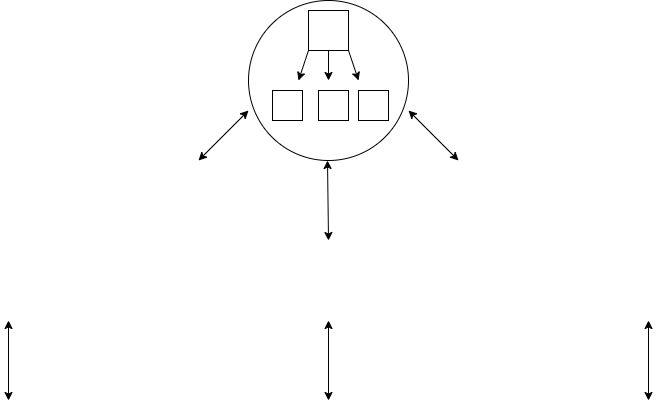
Earlier version of the draw.io export firts_diagram.drawio.png (Gael91/nodejs-mysql-crud). Source tidied: cells renumbered, new cells last; positions are measured from the earlier drawing's top-left corner, leaving out a move shared by most shapes.
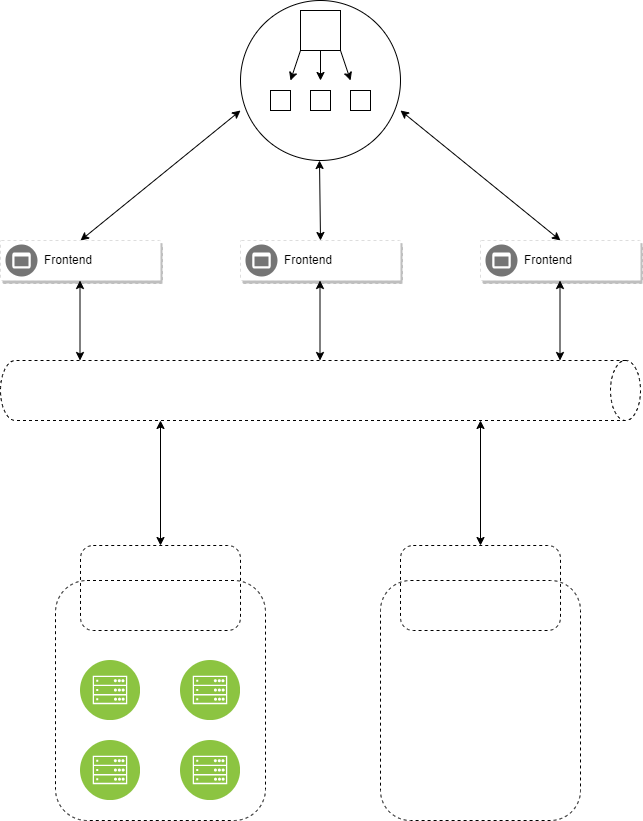
Above is the later version.

Commit message:
Mettre à jour firts_diagram.drawio.png

Diff of the diagram source:
```diff
@@ -29,49 +29,108 @@
       </mxGeometry>
     </mxCell>
     <mxCell id="8" style="whiteSpace=wrap;html=1;labelBackgroundColor=none;" parent="1" vertex="1">
-      <mxGeometry x="264" y="90" width="30" height="30" as="geometry" />
+      <mxGeometry x="270" y="90" width="20" height="20" as="geometry" />
     </mxCell>
     <mxCell id="9" style="whiteSpace=wrap;html=1;labelBackgroundColor=none;" parent="1" vertex="1">
-      <mxGeometry x="310" y="90" width="30" height="30" as="geometry" />
+      <mxGeometry x="310" y="90" width="20" height="20" as="geometry" />
     </mxCell>
     <mxCell id="10" style="whiteSpace=wrap;html=1;labelBackgroundColor=none;" parent="1" vertex="1">
-      <mxGeometry x="350" y="90" width="30" height="30" as="geometry" />
+      <mxGeometry x="350" y="90" width="20" height="20" as="geometry" />
     </mxCell>
-    <mxCell id="11" style="endArrow=classic;startArrow=classic;html=1;rounded=0;" parent="1" edge="1">
+    <mxCell id="11" style="endArrow=classic;startArrow=classic;html=1;rounded=0;labelBackgroundColor=none;fontColor=default;exitX=0.5;exitY=0;exitDx=0;exitDy=0;" parent="1" edge="1">
       <mxGeometry relative="1" as="geometry">
-        <mxPoint x="190" y="160" as="sourcePoint" />
+        <mxPoint x="80" y="240" as="sourcePoint" />
         <mxPoint x="240" y="110" as="targetPoint" />
       </mxGeometry>
     </mxCell>
-    <mxCell id="12" style="endArrow=classic;startArrow=classic;html=1;rounded=0;" parent="1" edge="1">
+    <mxCell id="12" style="endArrow=classic;startArrow=classic;html=1;rounded=0;labelBackgroundColor=none;fontColor=default;" parent="1" edge="1">
       <mxGeometry relative="1" as="geometry">
         <mxPoint x="320" y="240" as="sourcePoint" />
         <mxPoint x="319" y="160" as="targetPoint" />
       </mxGeometry>
     </mxCell>
-    <mxCell id="13" style="endArrow=classic;startArrow=classic;html=1;rounded=0;" parent="1" edge="1">
+    <mxCell id="13" style="endArrow=classic;startArrow=classic;html=1;rounded=0;labelBackgroundColor=none;fontColor=default;" parent="1" edge="1">
       <mxGeometry relative="1" as="geometry">
-        <mxPoint y="400" as="sourcePoint" />
-        <mxPoint y="320" as="targetPoint" />
+        <mxPoint x="79.5" y="360" as="sourcePoint" />
+        <mxPoint x="79.5" y="280" as="targetPoint" />
       </mxGeometry>
     </mxCell>
-    <mxCell id="14" style="endArrow=classic;startArrow=classic;html=1;rounded=0;" parent="1" edge="1">
+    <mxCell id="14" style="endArrow=classic;startArrow=classic;html=1;rounded=0;labelBackgroundColor=none;fontColor=default;" parent="1" edge="1">
       <mxGeometry relative="1" as="geometry">
-        <mxPoint x="640" y="400" as="sourcePoint" />
-        <mxPoint x="640" y="320" as="targetPoint" />
+        <mxPoint x="559.5" y="360" as="sourcePoint" />
+        <mxPoint x="559.5" y="280" as="targetPoint" />
       </mxGeometry>
     </mxCell>
-    <mxCell id="15" style="endArrow=classic;startArrow=classic;html=1;rounded=0;" parent="1" edge="1">
+    <mxCell id="15" style="endArrow=classic;startArrow=classic;html=1;rounded=0;labelBackgroundColor=none;fontColor=default;" parent="1" edge="1">
       <mxGeometry relative="1" as="geometry">
-        <mxPoint x="320" y="400" as="sourcePoint" />
-        <mxPoint x="320" y="320" as="targetPoint" />
+        <mxPoint x="319.5" y="360" as="sourcePoint" />
+        <mxPoint x="319.5" y="280" as="targetPoint" />
       </mxGeometry>
     </mxCell>
-    <mxCell id="16" style="endArrow=classic;startArrow=classic;html=1;rounded=0;" parent="1" edge="1">
+    <mxCell id="16" style="endArrow=classic;startArrow=classic;html=1;rounded=0;labelBackgroundColor=none;fontColor=default;exitX=0.5;exitY=0;exitDx=0;exitDy=0;" parent="1" edge="1">
       <mxGeometry relative="1" as="geometry">
-        <mxPoint x="450" y="160" as="sourcePoint" />
+        <mxPoint x="560" y="240" as="sourcePoint" />
         <mxPoint x="400" y="110" as="targetPoint" />
       </mxGeometry>
     </mxCell>
+    <mxCell id="17" style="shape=cylinder3;whiteSpace=wrap;html=1;boundedLbl=1;backgroundOutline=1;size=15;direction=south;labelBackgroundColor=none;dashed=1;" parent="1" vertex="1">
+      <mxGeometry y="360" width="640" height="60" as="geometry" />
+    </mxCell>
+    <mxCell id="18" style="strokeColor=#dddddd;shadow=1;strokeWidth=1;rounded=1;absoluteArcSize=1;arcSize=2;dashed=1;" parent="1" vertex="1">
+      <mxGeometry y="240" width="160" height="40" as="geometry" />
+    </mxCell>
+    <mxCell id="19" value="Frontend" style="sketch=0;dashed=0;html=1;fillColor=#757575;strokeColor=none;shape=mxgraph.gcp2.frontend_platform_services;labelPosition=right;verticalLabelPosition=middle;align=left;verticalAlign=middle;spacingLeft=5;fontSize=12;" parent="18" vertex="1">
+      <mxGeometry y="0.5" width="32" height="32" relative="1" as="geometry">
+        <mxPoint x="5" y="-16" as="offset" />
+      </mxGeometry>
+    </mxCell>
+    <mxCell id="20" style="strokeColor=#dddddd;shadow=1;strokeWidth=1;rounded=1;absoluteArcSize=1;arcSize=2;dashed=1;" parent="1" vertex="1">
+      <mxGeometry x="240" y="240" width="160" height="40" as="geometry" />
+    </mxCell>
+    <mxCell id="21" value="Frontend" style="sketch=0;dashed=0;html=1;fillColor=#757575;strokeColor=none;shape=mxgraph.gcp2.frontend_platform_services;labelPosition=right;verticalLabelPosition=middle;align=left;verticalAlign=middle;spacingLeft=5;fontSize=12;" parent="20" vertex="1">
+      <mxGeometry y="0.5" width="32" height="32" relative="1" as="geometry">
+        <mxPoint x="5" y="-16" as="offset" />
+      </mxGeometry>
+    </mxCell>
+    <mxCell id="22" style="strokeColor=#dddddd;shadow=1;strokeWidth=1;rounded=1;absoluteArcSize=1;arcSize=2;dashed=1;" parent="1" vertex="1">
+      <mxGeometry x="480" y="240" width="160" height="40" as="geometry" />
+    </mxCell>
+    <mxCell id="23" value="Frontend" style="sketch=0;dashed=0;html=1;fillColor=#757575;strokeColor=none;shape=mxgraph.gcp2.frontend_platform_services;labelPosition=right;verticalLabelPosition=middle;align=left;verticalAlign=middle;spacingLeft=5;fontSize=12;" parent="22" vertex="1">
+      <mxGeometry y="0.5" width="32" height="32" relative="1" as="geometry">
+        <mxPoint x="5" y="-16" as="offset" />
+      </mxGeometry>
+    </mxCell>
+    <mxCell id="24" style="endArrow=classic;startArrow=classic;html=1;rounded=0;entryX=1;entryY=0.75;entryDx=0;entryDy=0;entryPerimeter=0;exitX=0.5;exitY=0;exitDx=0;exitDy=0;" parent="1" edge="1" source="29" target="17">
+      <mxGeometry relative="1" as="geometry" />
+    </mxCell>
+    <mxCell id="25" style="endArrow=classic;startArrow=classic;html=1;rounded=0;entryX=1;entryY=0.75;entryDx=0;entryDy=0;entryPerimeter=0;exitX=0.5;exitY=0;exitDx=0;exitDy=0;" parent="1" edge="1" source="30">
+      <mxGeometry relative="1" as="geometry">
+        <mxPoint x="480" y="420" as="targetPoint" />
+      </mxGeometry>
+    </mxCell>
+    <mxCell id="26" style="rounded=1;whiteSpace=wrap;html=1;dashed=1;fillColor=default;" parent="1" vertex="1">
+      <mxGeometry x="55" y="580" width="210" height="240" as="geometry" />
+    </mxCell>
+    <mxCell id="27" style="rounded=1;whiteSpace=wrap;html=1;dashed=1;" parent="1" vertex="1">
+      <mxGeometry x="380" y="580" width="200" height="240" as="geometry" />
+    </mxCell>
+    <mxCell id="28" style="image;perimeter=ellipsePerimeter;html=1;align=center;shadow=0;dashed=0;fontColor=#4277BB;labelBackgroundColor=default;fontSize=12;spacingTop=3;image=img/lib/ibm/infrastructure/mobile_backend.svg;" parent="1" vertex="1">
+      <mxGeometry x="80" y="660" width="60" height="60" as="geometry" />
+    </mxCell>
+    <mxCell id="29" style="rounded=1;whiteSpace=wrap;html=1;dashed=1;fillColor=none;" parent="1" vertex="1">
+      <mxGeometry x="80" y="545" width="160" height="85" as="geometry" />
+    </mxCell>
+    <mxCell id="30" style="rounded=1;whiteSpace=wrap;html=1;dashed=1;fillColor=none;" parent="1" vertex="1">
+      <mxGeometry x="400" y="545" width="160" height="85" as="geometry" />
+    </mxCell>
+    <mxCell id="31" style="image;perimeter=ellipsePerimeter;html=1;align=center;shadow=0;dashed=0;fontColor=#4277BB;labelBackgroundColor=default;fontSize=12;spacingTop=3;image=img/lib/ibm/infrastructure/mobile_backend.svg;" parent="1" vertex="1">
+      <mxGeometry x="180" y="660" width="60" height="60" as="geometry" />
+    </mxCell>
+    <mxCell id="32" style="image;perimeter=ellipsePerimeter;html=1;align=center;shadow=0;dashed=0;fontColor=#4277BB;labelBackgroundColor=default;fontSize=12;spacingTop=3;image=img/lib/ibm/infrastructure/mobile_backend.svg;" parent="1" vertex="1">
+      <mxGeometry x="80" y="740" width="60" height="60" as="geometry" />
+    </mxCell>
+    <mxCell id="33" style="image;perimeter=ellipsePerimeter;html=1;align=center;shadow=0;dashed=0;fontColor=#4277BB;labelBackgroundColor=default;fontSize=12;spacingTop=3;image=img/lib/ibm/infrastructure/mobile_backend.svg;" parent="1" vertex="1">
+      <mxGeometry x="180" y="740" width="60" height="60" as="geometry" />
+    </mxCell>
   </root>
 </mxGraphModel>
```
